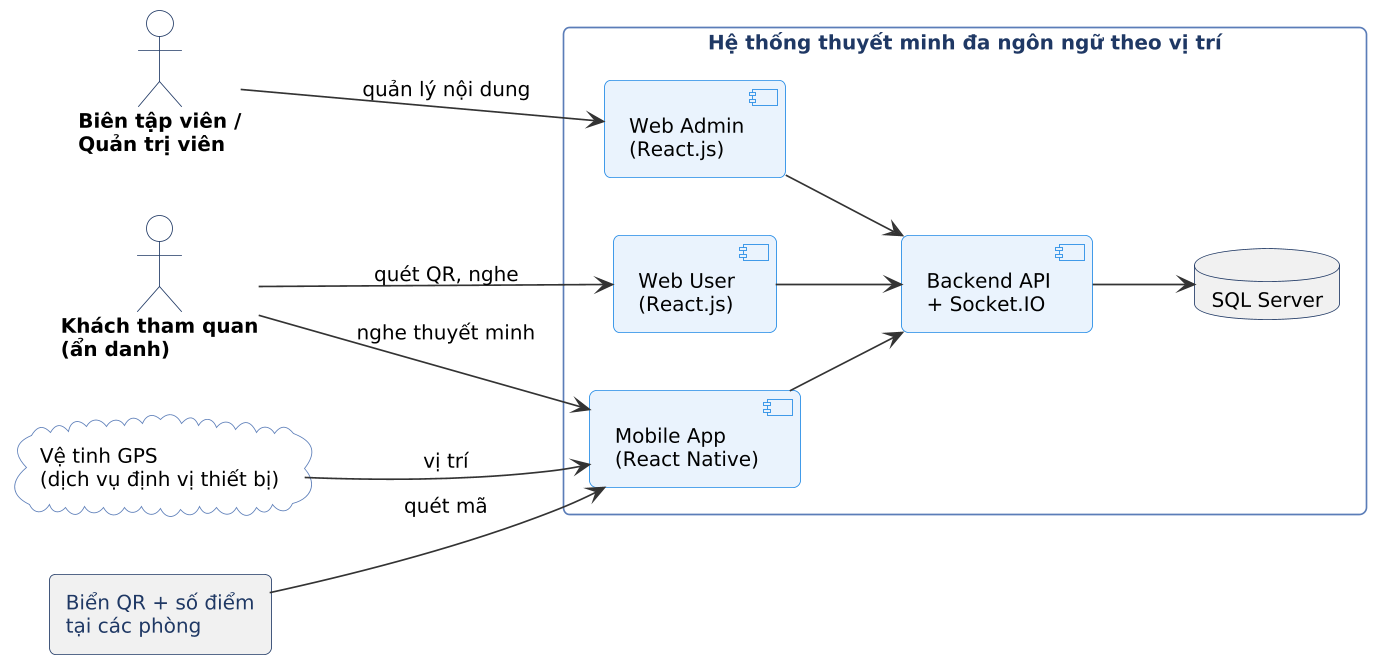
Earlier version of the PlantUML export docs/diagrams/context.png (quangdieuluong2006-ctrl/CNPM_DinhDocLap).
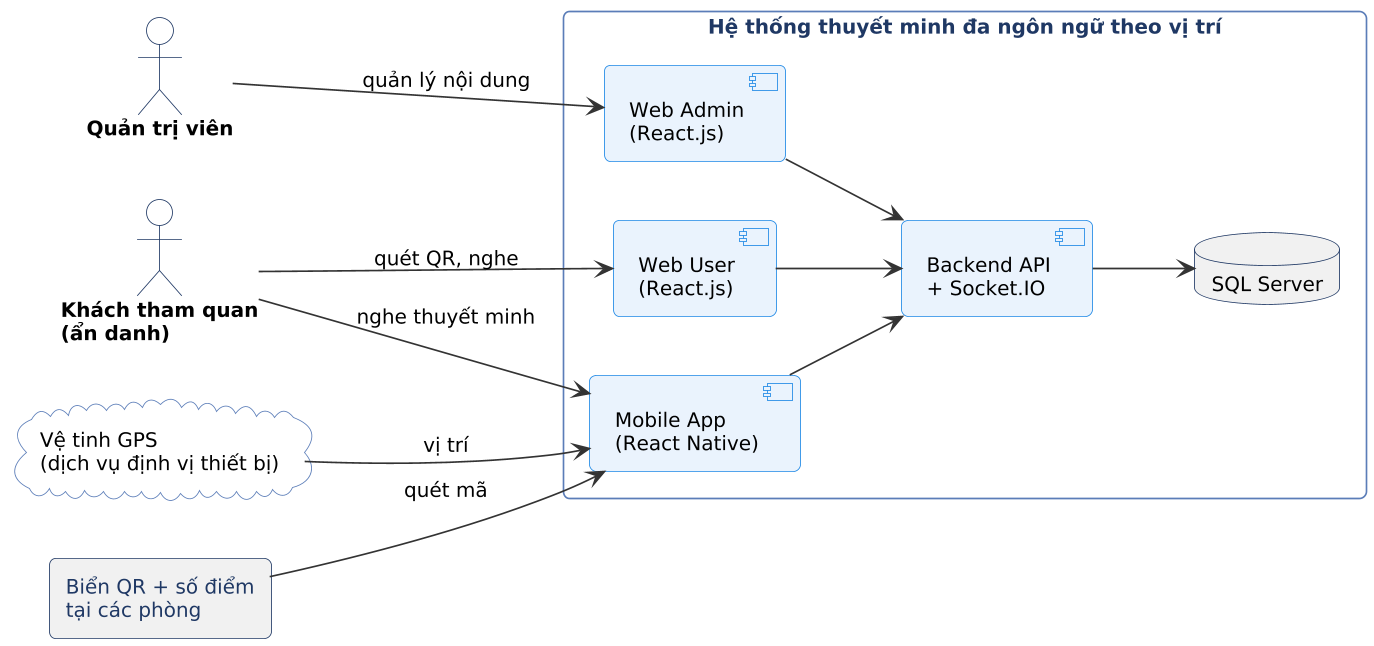
After the change.

What changed in the source:
```diff
@@ -2,7 +2,7 @@
 !include skin.iuml
 left to right direction
 actor "Khách tham quan\n(ẩn danh)" as V
-actor "Biên tập viên /\nQuản trị viên" as A
+actor "Quản trị viên" as A
 rectangle "Hệ thống thuyết minh đa ngôn ngữ theo vị trí" as S {
   component "Mobile App\n(React Native)" as M
   component "Web User\n(React.js)" as WU
```
